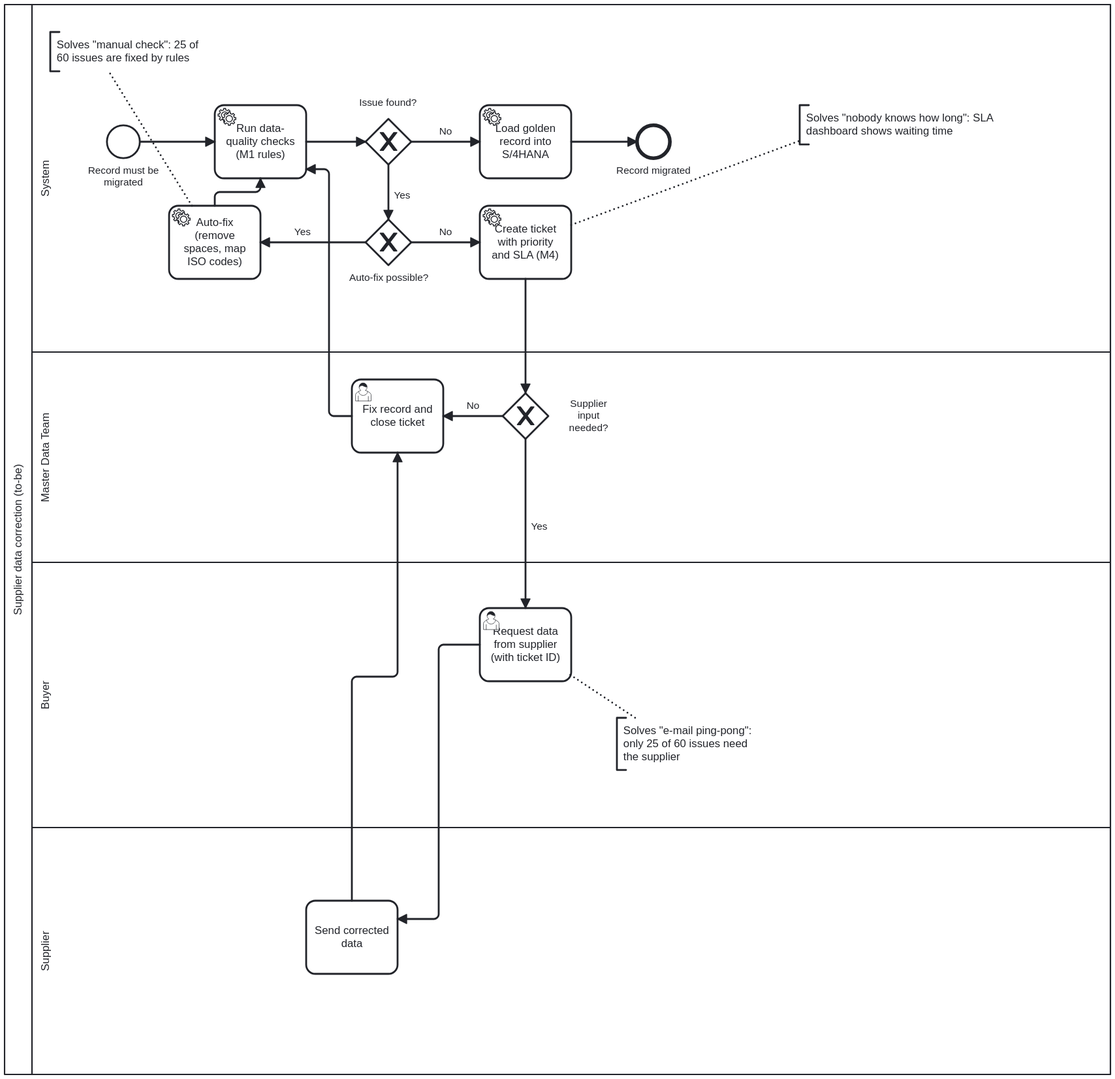
Before: docs/process_to_be.svg, a diagram exported from BPMN (nurdanikbals5-collab/supplier-data-health-check). Its source is kept beside it as docs/process_to_be.bpmn. Ids are renumbered.
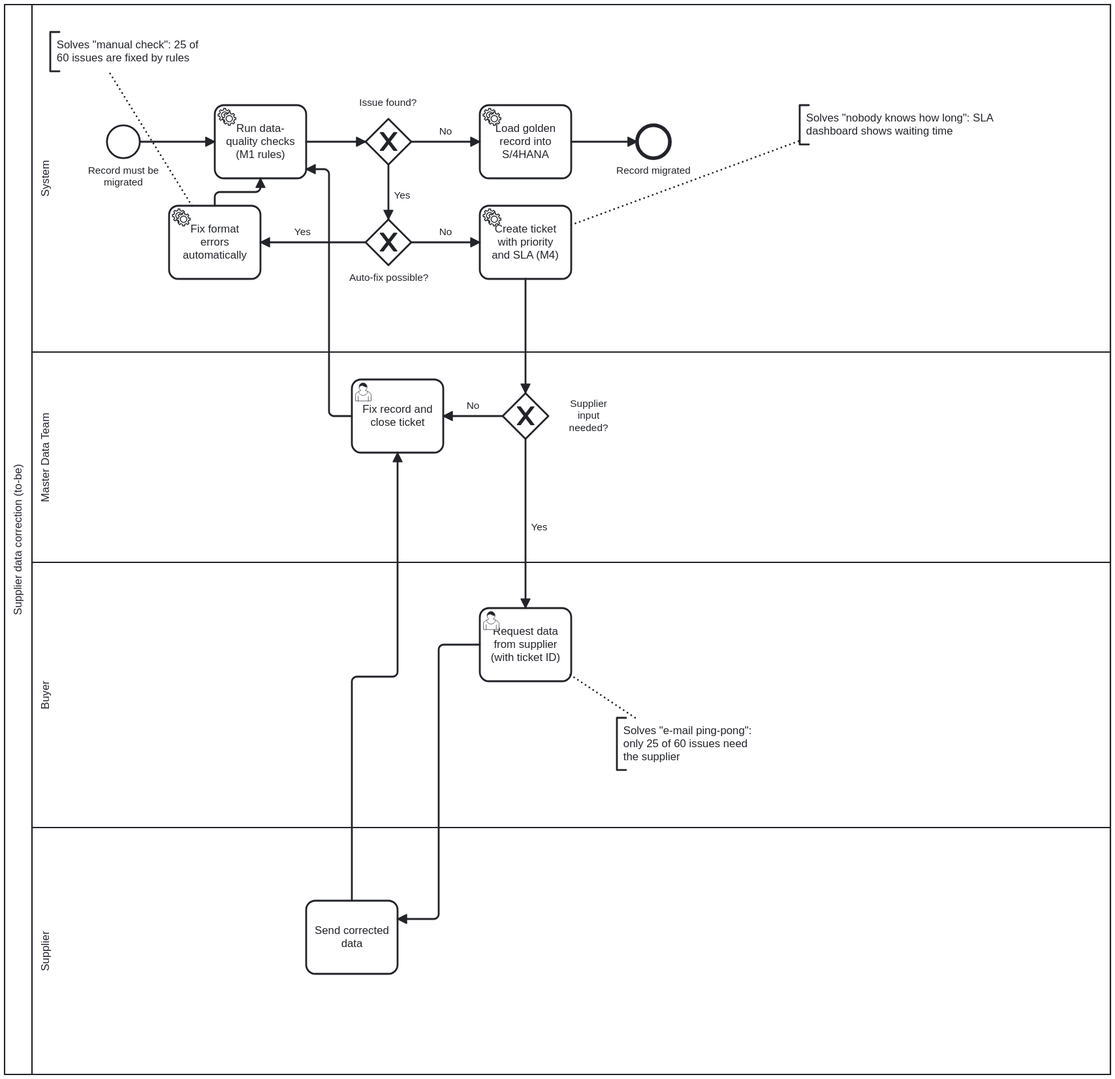
Above is the later version.

Commit message:
BPMN modeling guide; to-be model v1.1 after review (task renamed to verb + object)

What changed in the source:
```diff
@@ -1,4 +1,4 @@
-<bpmn:definitions xmlns:xsi="http://www.w3.org/2001/XMLSchema-instance" xmlns:bpmn="http://www.omg.org/spec/BPMN/20100524/MODEL" xmlns:bpmndi="http://www.omg.org/spec/BPMN/20100524/DI" xmlns:dc="http://www.omg.org/spec/DD/20100524/DC" xmlns:di="http://www.omg.org/spec/DD/20100524/DI" id="Definitions_n1" targetNamespace="http://bpmn.io/schema/bpmn" exporter="bpmn-js (https://demo.bpmn.io)" exporterVersion="18.31.0">
+<bpmn:definitions xmlns:xsi="http://www.w3.org/2001/XMLSchema-instance" xmlns:bpmn="http://www.omg.org/spec/BPMN/20100524/MODEL" xmlns:bpmndi="http://www.omg.org/spec/BPMN/20100524/DI" xmlns:dc="http://www.omg.org/spec/DD/20100524/DC" xmlns:di="http://www.omg.org/spec/DD/20100524/DI" id="Definitions_n1" targetNamespace="http://bpmn.io/schema/bpmn" exporter="bpmn-js (https://demo.bpmn.io)" exporterVersion="18.31.1">
   <bpmn:collaboration id="Collaboration_n2">
     <bpmn:participant id="Participant_n3" name="Supplier data correction (to-be)" processRef="Process_n4" />
     <bpmn:textAnnotation id="TextAnnotation_n5">
@@ -77,7 +77,7 @@
       <bpmn:incoming>Flow_n40</bpmn:incoming>
       <bpmn:outgoing>Flow_n34</bpmn:outgoing>
     </bpmn:userTask>
-    <bpmn:serviceTask id="Activity_n9" name="Auto-fix (remove spaces, map ISO codes)">
+    <bpmn:serviceTask id="Activity_n9" name="Fix format errors automatically">
       <bpmn:incoming>Flow_n35</bpmn:incoming>
       <bpmn:outgoing>Flow_n33</bpmn:outgoing>
     </bpmn:serviceTask>
@@ -110,20 +110,20 @@
         <dc:Bounds x="160" y="80" width="1210" height="1170" />
         <bpmndi:BPMNLabel />
       </bpmndi:BPMNShape>
-      <bpmndi:BPMNShape id="Lane_n15_di" bpmnElement="Lane_n15" isHorizontal="true">
-        <dc:Bounds x="190" y="80" width="1180" height="380" />
+      <bpmndi:BPMNShape id="Lane_n26_di" bpmnElement="Lane_n26" isHorizontal="true">
+        <dc:Bounds x="190" y="980" width="1180" height="270" />
+        <bpmndi:BPMNLabel />
+      </bpmndi:BPMNShape>
+      <bpmndi:BPMNShape id="Lane_n25_di" bpmnElement="Lane_n25" isHorizontal="true">
+        <dc:Bounds x="190" y="690" width="1180" height="290" />
         <bpmndi:BPMNLabel />
       </bpmndi:BPMNShape>
       <bpmndi:BPMNShape id="Lane_n22_di" bpmnElement="Lane_n22" isHorizontal="true">
         <dc:Bounds x="190" y="460" width="1180" height="230" />
         <bpmndi:BPMNLabel />
       </bpmndi:BPMNShape>
-      <bpmndi:BPMNShape id="Lane_n25_di" bpmnElement="Lane_n25" isHorizontal="true">
-        <dc:Bounds x="190" y="690" width="1180" height="290" />
-        <bpmndi:BPMNLabel />
-      </bpmndi:BPMNShape>
-      <bpmndi:BPMNShape id="Lane_n26_di" bpmnElement="Lane_n26" isHorizontal="true">
-        <dc:Bounds x="190" y="980" width="1180" height="270" />
+      <bpmndi:BPMNShape id="Lane_n15_di" bpmnElement="Lane_n15" isHorizontal="true">
+        <dc:Bounds x="190" y="80" width="1180" height="380" />
         <bpmndi:BPMNLabel />
       </bpmndi:BPMNShape>
       <bpmndi:BPMNShape id="_BPMNShape_StartEvent_2" bpmnElement="StartEvent_n16">
@@ -170,6 +170,7 @@
       </bpmndi:BPMNShape>
       <bpmndi:BPMNShape id="Activity_0z9sgdj_di" bpmnElement="Activity_n9">
         <dc:Bounds x="340" y="300" width="100" height="80" />
+        <bpmndi:BPMNLabel />
       </bpmndi:BPMNShape>
       <bpmndi:BPMNShape id="Activity_0pv8nu2_di" bpmnElement="Activity_n11">
         <dc:Bounds x="680" y="740" width="100" height="80" />
@@ -193,10 +194,6 @@
           <dc:Bounds x="635" y="212" width="15" height="14" />
         </bpmndi:BPMNLabel>
       </bpmndi:BPMNEdge>
-      <bpmndi:BPMNEdge id="Flow_n32_di" bpmnElement="Flow_n32">
-        <di:waypoint x="780" y="230" />
-        <di:waypoint x="852" y="230" />
-      </bpmndi:BPMNEdge>
       <bpmndi:BPMNEdge id="Flow_n31_di" bpmnElement="Flow_n31">
         <di:waypoint x="580" y="255" />
         <di:waypoint x="580" y="315" />
@@ -204,18 +201,28 @@
           <dc:Bounds x="586" y="282" width="18" height="14" />
         </bpmndi:BPMNLabel>
       </bpmndi:BPMNEdge>
+      <bpmndi:BPMNEdge id="Flow_n32_di" bpmnElement="Flow_n32">
+        <di:waypoint x="780" y="230" />
+        <di:waypoint x="852" y="230" />
+      </bpmndi:BPMNEdge>
+      <bpmndi:BPMNEdge id="Flow_n33_di" bpmnElement="Flow_n33">
+        <di:waypoint x="390" y="300" />
+        <di:waypoint x="390" y="285" />
+        <di:waypoint x="440" y="285" />
+        <di:waypoint x="440" y="270" />
+      </bpmndi:BPMNEdge>
+      <bpmndi:BPMNEdge id="Flow_n34_di" bpmnElement="Flow_n34">
+        <di:waypoint x="540" y="530" />
+        <di:waypoint x="515" y="530" />
+        <di:waypoint x="515" y="260" />
+        <di:waypoint x="490" y="260" />
+      </bpmndi:BPMNEdge>
       <bpmndi:BPMNEdge id="Flow_n35_di" bpmnElement="Flow_n35">
         <di:waypoint x="555" y="340" />
         <di:waypoint x="440" y="340" />
         <bpmndi:BPMNLabel>
           <dc:Bounds x="477" y="322" width="18" height="14" />
         </bpmndi:BPMNLabel>
-      </bpmndi:BPMNEdge>
-      <bpmndi:BPMNEdge id="Flow_n33_di" bpmnElement="Flow_n33">
-        <di:waypoint x="390" y="300" />
-        <di:waypoint x="390" y="285" />
-        <di:waypoint x="440" y="285" />
-        <di:waypoint x="440" y="270" />
       </bpmndi:BPMNEdge>
       <bpmndi:BPMNEdge id="Flow_n36_di" bpmnElement="Flow_n36">
         <di:waypoint x="605" y="340" />
@@ -227,12 +234,6 @@
       <bpmndi:BPMNEdge id="Flow_n37_di" bpmnElement="Flow_n37">
         <di:waypoint x="730" y="380" />
         <di:waypoint x="730" y="505" />
-      </bpmndi:BPMNEdge>
-      <bpmndi:BPMNEdge id="Flow_n34_di" bpmnElement="Flow_n34">
-        <di:waypoint x="540" y="530" />
-        <di:waypoint x="515" y="530" />
-        <di:waypoint x="515" y="260" />
-        <di:waypoint x="490" y="260" />
       </bpmndi:BPMNEdge>
       <bpmndi:BPMNEdge id="Flow_n38_di" bpmnElement="Flow_n38">
         <di:waypoint x="705" y="530" />
@@ -248,29 +249,17 @@
           <dc:Bounds x="736" y="644.5" width="18" height="14" />
         </bpmndi:BPMNLabel>
       </bpmndi:BPMNEdge>
-      <bpmndi:BPMNEdge id="Flow_n41_di" bpmnElement="Flow_n41">
-        <di:waypoint x="680" y="780" />
-        <di:waypoint x="635" y="780" />
-        <di:waypoint x="635" y="1080" />
-        <di:waypoint x="590" y="1080" />
-      </bpmndi:BPMNEdge>
       <bpmndi:BPMNEdge id="Flow_n40_di" bpmnElement="Flow_n40">
         <di:waypoint x="540" y="1060" />
         <di:waypoint x="540" y="815" />
         <di:waypoint x="590" y="815" />
         <di:waypoint x="590" y="570" />
       </bpmndi:BPMNEdge>
-      <bpmndi:BPMNEdge id="Association_n8_di" bpmnElement="Association_n8">
-        <di:waypoint x="365" y="300" />
-        <di:waypoint x="274" y="153" />
-      </bpmndi:BPMNEdge>
-      <bpmndi:BPMNEdge id="Association_n10_di" bpmnElement="Association_n10">
-        <di:waypoint x="779" y="813" />
-        <di:waypoint x="850" y="860" />
-      </bpmndi:BPMNEdge>
-      <bpmndi:BPMNEdge id="Association_n12_di" bpmnElement="Association_n12">
-        <di:waypoint x="780" y="321" />
-        <di:waypoint x="1030" y="229" />
+      <bpmndi:BPMNEdge id="Flow_n41_di" bpmnElement="Flow_n41">
+        <di:waypoint x="680" y="780" />
+        <di:waypoint x="635" y="780" />
+        <di:waypoint x="635" y="1080" />
+        <di:waypoint x="590" y="1080" />
       </bpmndi:BPMNEdge>
       <bpmndi:BPMNShape id="TextAnnotation_n5_di" bpmnElement="TextAnnotation_n5">
         <dc:Bounds x="210" y="110" width="180" height="43" />
@@ -284,6 +273,18 @@
         <dc:Bounds x="1030" y="190" width="230" height="43" />
         <bpmndi:BPMNLabel />
       </bpmndi:BPMNShape>
+      <bpmndi:BPMNEdge id="Association_n8_di" bpmnElement="Association_n8">
+        <di:waypoint x="365" y="300" />
+        <di:waypoint x="274" y="153" />
+      </bpmndi:BPMNEdge>
+      <bpmndi:BPMNEdge id="Association_n10_di" bpmnElement="Association_n10">
+        <di:waypoint x="779" y="813" />
+        <di:waypoint x="850" y="860" />
+      </bpmndi:BPMNEdge>
+      <bpmndi:BPMNEdge id="Association_n12_di" bpmnElement="Association_n12">
+        <di:waypoint x="780" y="321" />
+        <di:waypoint x="1030" y="229" />
+      </bpmndi:BPMNEdge>
     </bpmndi:BPMNPlane>
   </bpmndi:BPMNDiagram>
 </bpmn:definitions>
```
